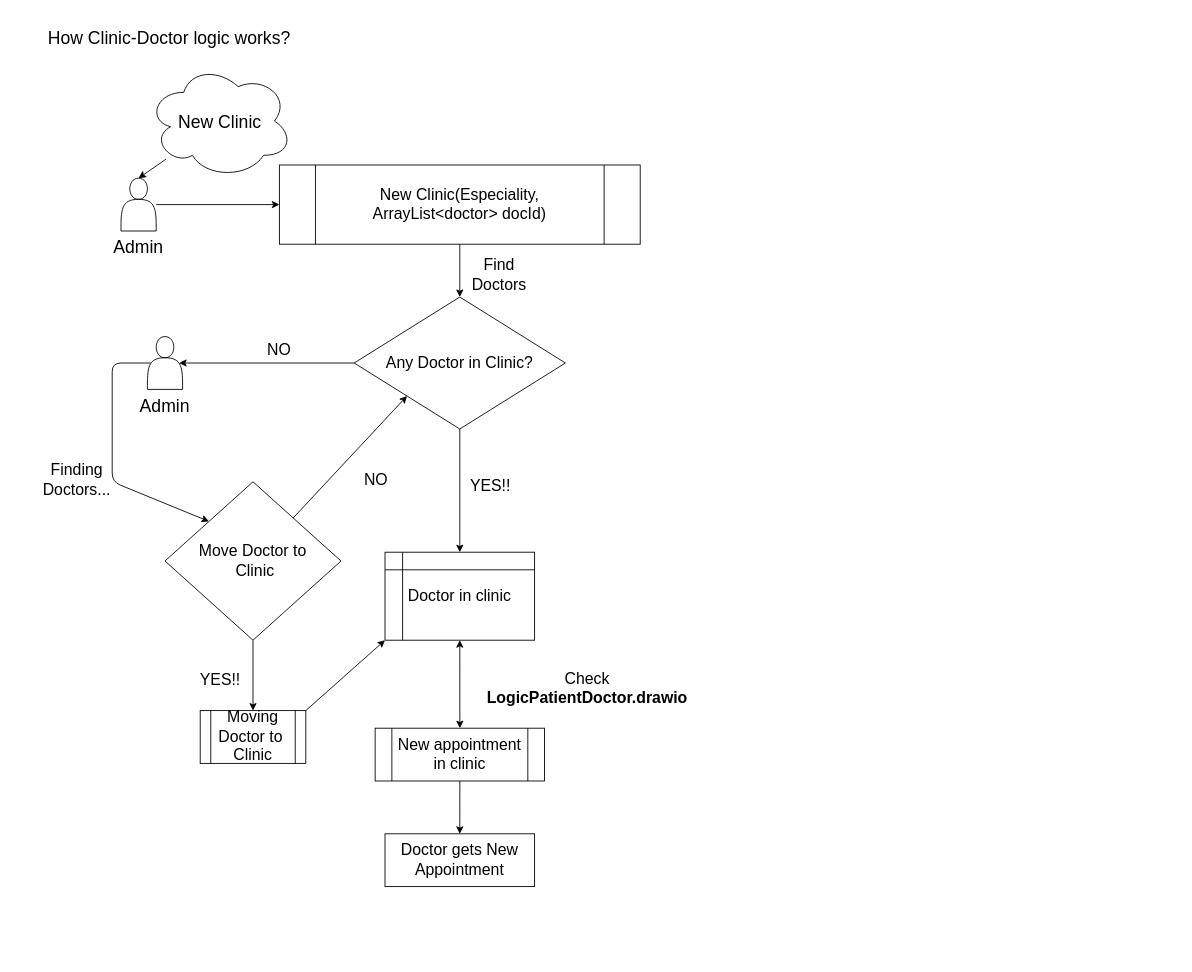
Above: diagrams/LogicClinic.drawio in adrianArimany/Manejo_Hospitales (draw.io), before the change. Source tidied: cells renumbered, new cells numbered last; positions are measured from the earlier drawing's top-left corner, leaving out a move shared by most shapes. Both pictures are drawn from the tidied source at 88%, with x=0, y=0 at pixel (15, 24).
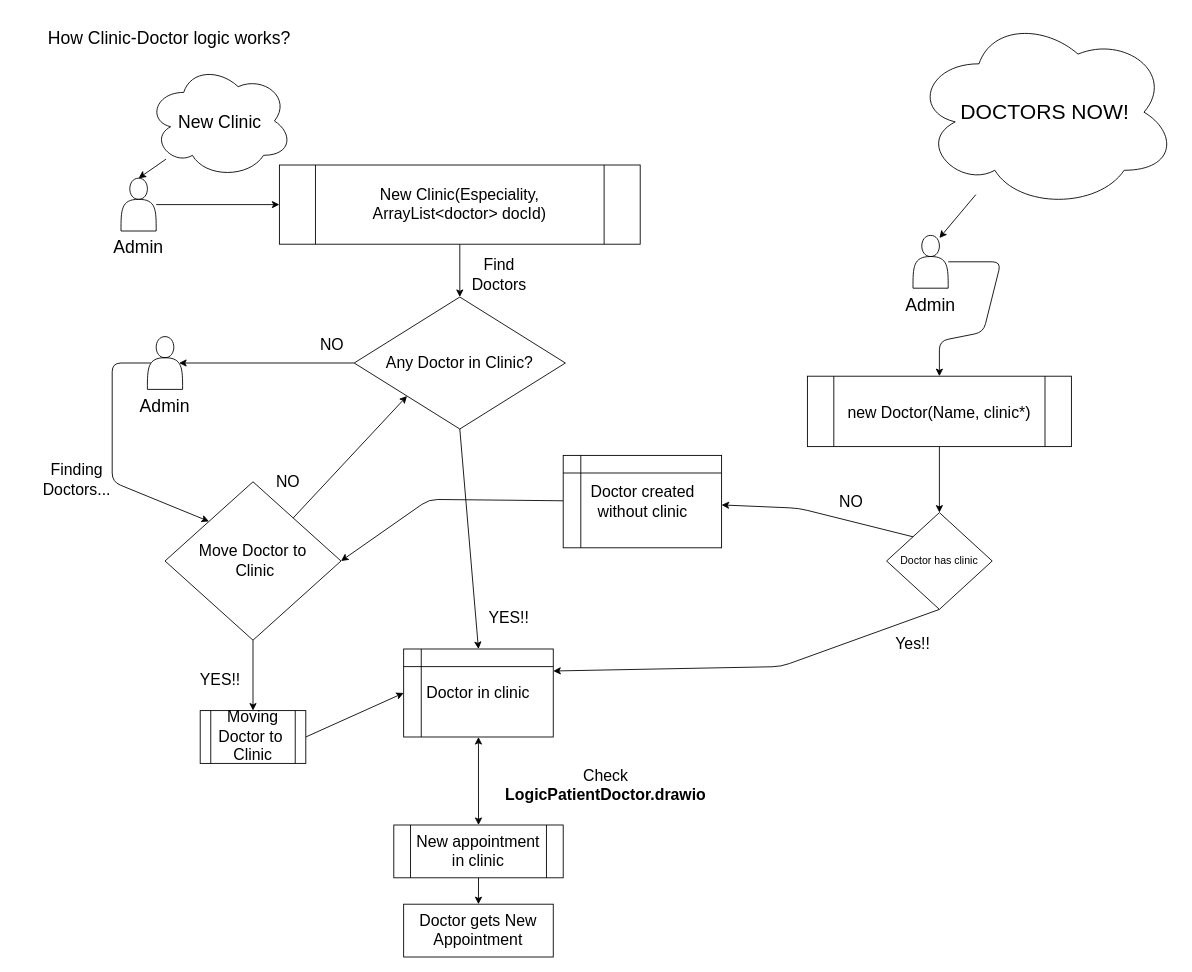
The same diagram, later.

Unchanged cells that the change refers to:
```xml
<mxCell id="18" value="Move Doctor to&lt;br&gt;&amp;nbsp;Clinic" style="rhombus;whiteSpace=wrap;html=1;fontSize=18;" parent="1" vertex="1">
  <mxGeometry x="170" y="520" width="200" height="180" as="geometry" />
</mxCell>
<mxCell id="23" value="Moving Doctor to&amp;nbsp; Clinic" style="shape=process;whiteSpace=wrap;html=1;backgroundOutline=1;fontSize=18;" parent="1" vertex="1">
  <mxGeometry x="210" y="780" width="120" height="60" as="geometry" />
</mxCell>
```

Change to the diagram source:
```diff
@@
     <mxCell id="13" value="NO" style="text;html=1;strokeColor=none;fillColor=none;align=center;verticalAlign=middle;whiteSpace=wrap;rounded=0;fontSize=18;" parent="1" vertex="1">
-      <mxGeometry x="270" y="355" width="60" height="30" as="geometry" />
+      <mxGeometry x="330" y="350" width="60" height="30" as="geometry" />
     </mxCell>
@@
     <mxCell id="19" value="NO" style="text;html=1;strokeColor=none;fillColor=none;align=center;verticalAlign=middle;whiteSpace=wrap;rounded=0;fontSize=18;" parent="1" vertex="1">
-      <mxGeometry x="380" y="502.5" width="60" height="30" as="geometry" />
+      <mxGeometry x="280" y="505" width="60" height="30" as="geometry" />
     </mxCell>
@@
-    <mxCell id="22" style="edgeStyle=none;html=1;entryX=0;entryY=1;entryDx=0;entryDy=0;fontSize=18;startArrow=none;startFill=0;exitX=1;exitY=0;exitDx=0;exitDy=0;" parent="1" edge="1" source="23" target="30">
+    <mxCell id="22" style="edgeStyle=none;html=1;entryX=0;entryY=0.5;entryDx=0;entryDy=0;fontSize=18;startArrow=none;startFill=0;exitX=1;exitY=0.5;exitDx=0;exitDy=0;" parent="1" edge="1" source="23" target="30">
       <mxGeometry relative="1" as="geometry" />
     </mxCell>
@@
     <mxCell id="24" value="Doctor gets New Appointment" style="rounded=0;whiteSpace=wrap;html=1;fontSize=18;" parent="1" vertex="1">
-      <mxGeometry x="420" y="920" width="170" height="60" as="geometry" />
+      <mxGeometry x="441.2" y="1000" width="170" height="60" as="geometry" />
     </mxCell>
@@
     <mxCell id="26" value="Check &lt;b&gt;LogicPatientDoctor.drawio&lt;/b&gt;" style="text;html=1;strokeColor=none;fillColor=none;align=center;verticalAlign=middle;whiteSpace=wrap;rounded=0;fontSize=18;" parent="1" vertex="1">
-      <mxGeometry x="510" y="720" width="280" height="70" as="geometry" />
+      <mxGeometry x="531.2" y="830" width="280" height="70" as="geometry" />
     </mxCell>
     <mxCell id="27" value="New appointment in clinic" style="shape=process;whiteSpace=wrap;html=1;backgroundOutline=1;fontSize=18;" parent="1" vertex="1">
-      <mxGeometry x="408.8" y="800" width="192.5" height="60" as="geometry" />
+      <mxGeometry x="430" y="910" width="192.5" height="60" as="geometry" />
     </mxCell>
@@
     <mxCell id="29" value="YES!!" style="text;html=1;strokeColor=none;fillColor=none;align=center;verticalAlign=middle;whiteSpace=wrap;rounded=0;fontSize=18;" parent="1" vertex="1">
-      <mxGeometry x="510" y="510" width="60" height="30" as="geometry" />
+      <mxGeometry x="531.2" y="660" width="60" height="30" as="geometry" />
     </mxCell>
     <mxCell id="30" value="Doctor in clinic" style="shape=internalStorage;whiteSpace=wrap;html=1;backgroundOutline=1;fontSize=18;" parent="1" vertex="1">
-      <mxGeometry x="420" y="600" width="170" height="100" as="geometry" />
+      <mxGeometry x="441.2" y="710" width="170" height="100" as="geometry" />
     </mxCell>
+    <mxCell id="31" style="edgeStyle=none;html=1;entryX=1;entryY=0.25;entryDx=0;entryDy=0;fontSize=18;exitX=0.5;exitY=1;exitDx=0;exitDy=0;" parent="1" edge="1" source="33" target="30">
+      <mxGeometry relative="1" as="geometry">
+        <Array as="points">
+          <mxPoint x="870" y="730" />
+        </Array>
+      </mxGeometry>
+    </mxCell>
+    <mxCell id="32" style="edgeStyle=none;html=1;fontSize=18;exitX=0;exitY=0;exitDx=0;exitDy=0;" parent="1" edge="1" source="33" target="43">
+      <mxGeometry relative="1" as="geometry">
+        <Array as="points">
+          <mxPoint x="890" y="550" />
+        </Array>
+      </mxGeometry>
+    </mxCell>
+    <mxCell id="33" value="Doctor has clinic" style="rhombus;whiteSpace=wrap;html=1;" parent="1" vertex="1">
+      <mxGeometry x="990" y="555" width="120" height="110" as="geometry" />
+    </mxCell>
+    <mxCell id="34" style="edgeStyle=none;html=1;entryX=0.5;entryY=0;entryDx=0;entryDy=0;fontSize=18;" parent="1" edge="1" source="35" target="39">
+      <mxGeometry relative="1" as="geometry">
+        <Array as="points">
+          <mxPoint x="1120" y="270" />
+          <mxPoint x="1100" y="350" />
+          <mxPoint x="1050" y="360" />
+        </Array>
+      </mxGeometry>
+    </mxCell>
+    <mxCell id="35" value="&lt;br&gt;&lt;br&gt;&lt;br&gt;&lt;br&gt;Admin" style="shape=actor;whiteSpace=wrap;html=1;fontSize=20;" parent="1" vertex="1">
+      <mxGeometry x="1020" y="240" width="40" height="60" as="geometry" />
+    </mxCell>
+    <mxCell id="36" style="edgeStyle=none;html=1;entryX=0.75;entryY=0.05;entryDx=0;entryDy=0;entryPerimeter=0;fontSize=24;" parent="1" edge="1" source="37" target="35">
+      <mxGeometry relative="1" as="geometry" />
+    </mxCell>
+    <mxCell id="37" value="&lt;font style=&quot;font-size: 24px;&quot;&gt;DOCTORS NOW!&lt;/font&gt;" style="ellipse;shape=cloud;whiteSpace=wrap;html=1;" parent="1" vertex="1">
+      <mxGeometry x="1020" y="-10" width="300" height="220" as="geometry" />
+    </mxCell>
+    <mxCell id="38" style="edgeStyle=none;html=1;entryX=0.5;entryY=0;entryDx=0;entryDy=0;fontSize=18;" parent="1" edge="1" source="39" target="33">
+      <mxGeometry relative="1" as="geometry" />
+    </mxCell>
+    <mxCell id="39" value="&lt;font style=&quot;font-size: 18px;&quot;&gt;new Doctor(Name, clinic*)&lt;/font&gt;" style="shape=process;whiteSpace=wrap;html=1;backgroundOutline=1;fontSize=24;" parent="1" vertex="1">
+      <mxGeometry x="900" y="400" width="300" height="80" as="geometry" />
+    </mxCell>
+    <mxCell id="40" value="Yes!!" style="text;html=1;strokeColor=none;fillColor=none;align=center;verticalAlign=middle;whiteSpace=wrap;rounded=0;fontSize=18;" parent="1" vertex="1">
+      <mxGeometry x="990" y="690" width="60" height="30" as="geometry" />
+    </mxCell>
+    <mxCell id="41" value="NO" style="text;html=1;strokeColor=none;fillColor=none;align=center;verticalAlign=middle;whiteSpace=wrap;rounded=0;fontSize=18;" parent="1" vertex="1">
+      <mxGeometry x="920" y="527.5" width="60" height="30" as="geometry" />
+    </mxCell>
+    <mxCell id="42" style="edgeStyle=none;html=1;entryX=1;entryY=0.5;entryDx=0;entryDy=0;fontSize=18;" parent="1" edge="1" source="43" target="18">
+      <mxGeometry relative="1" as="geometry">
+        <Array as="points">
+          <mxPoint x="470" y="540" />
+        </Array>
+      </mxGeometry>
+    </mxCell>
+    <mxCell id="43" value="Doctor created without clinic" style="shape=internalStorage;whiteSpace=wrap;html=1;backgroundOutline=1;fontSize=18;" parent="1" vertex="1">
+      <mxGeometry x="622.5" y="490" width="180" height="105" as="geometry" />
+    </mxCell>
```
